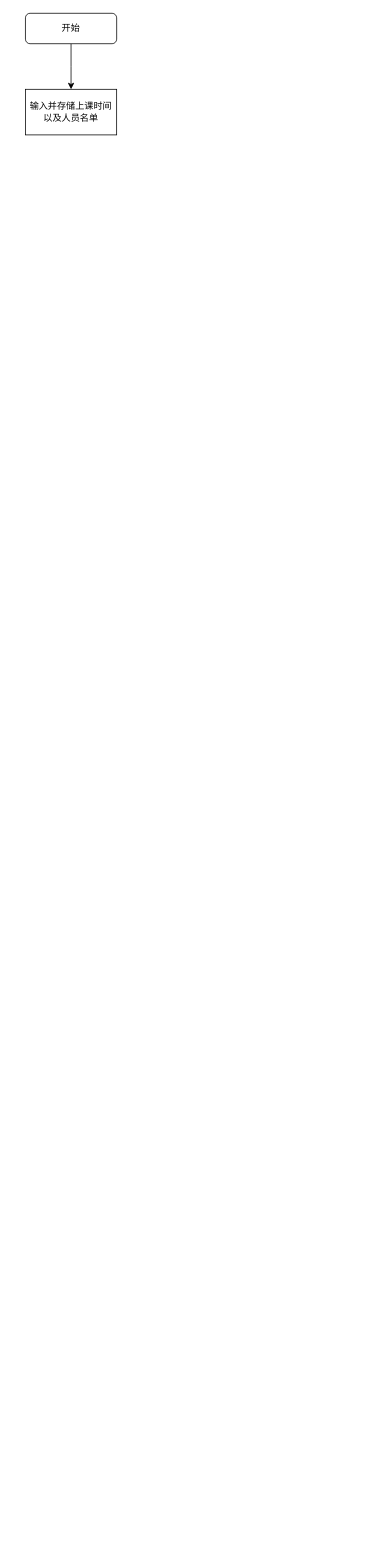
The draw.io diagram ttcat.drawio in whitesweater/first_, before the edit. Source tidied: cells renumbered, new cells numbered last; positions are measured from the earlier drawing's top-left corner, leaving out a move shared by most shapes. Both pictures are drawn from the tidied source at 76%, with x=0, y=0 at pixel (25, 13).
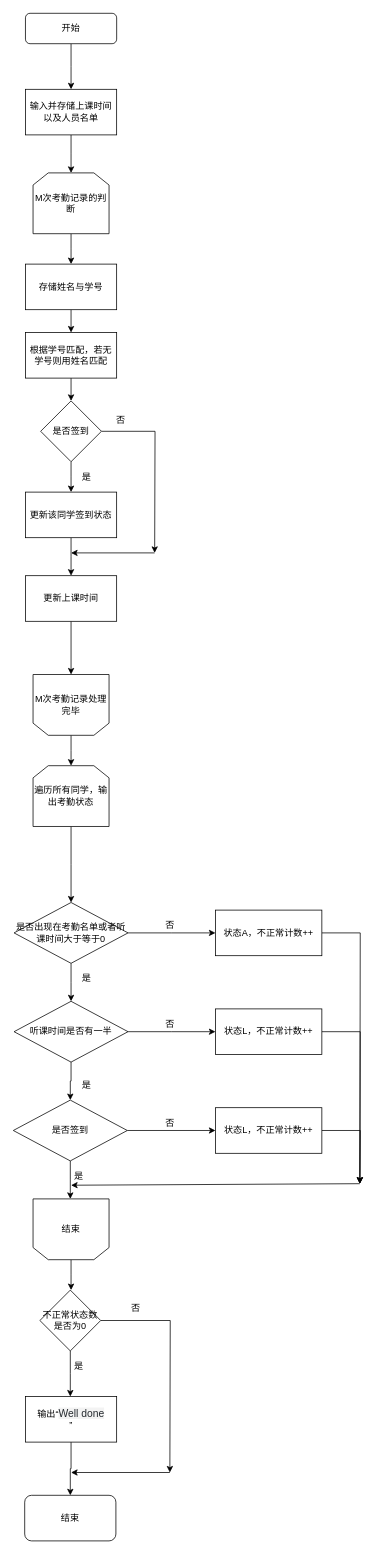
The same diagram, later.

The change refers to these unchanged cells:
```xml
<mxCell id="4" value="输入并存储上课时间以及人员名单" style="whiteSpace=wrap;html=1;" parent="1" vertex="1">
  <mxGeometry y="100" width="120" height="60" as="geometry" />
</mxCell>
```

What changed in the source:
```diff
@@
+    <mxCell id="5" style="edgeStyle=orthogonalEdgeStyle;rounded=0;jettySize=auto;html=1;exitX=0.5;exitY=1;exitDx=0;exitDy=0;" parent="1" edge="1" source="4">
+      <mxGeometry relative="1" as="geometry">
+        <mxPoint x="60" y="210" as="targetPoint" />
+      </mxGeometry>
+    </mxCell>
@@
+    <mxCell id="6" style="edgeStyle=orthogonalEdgeStyle;rounded=0;jettySize=auto;html=1;exitX=0.5;exitY=1;exitDx=0;exitDy=0;" parent="1" edge="1" source="7">
+      <mxGeometry relative="1" as="geometry">
+        <mxPoint x="60" y="330" as="targetPoint" />
+      </mxGeometry>
+    </mxCell>
+    <mxCell id="7" value="M次考勤记录的判断" style="shape=loopLimit;whiteSpace=wrap;html=1;" parent="1" vertex="1">
+      <mxGeometry x="10" y="210" width="100" height="80" as="geometry" />
+    </mxCell>
+    <mxCell id="8" style="edgeStyle=orthogonalEdgeStyle;rounded=0;jettySize=auto;html=1;exitX=0.5;exitY=0;exitDx=0;exitDy=0;" parent="1" edge="1" source="9">
+      <mxGeometry relative="1" as="geometry">
+        <mxPoint x="60" y="990" as="targetPoint" />
+      </mxGeometry>
+    </mxCell>
+    <mxCell id="9" value="M次考勤记录处理完毕" style="shape=loopLimit;whiteSpace=wrap;html=1;direction=west;" parent="1" vertex="1">
+      <mxGeometry x="10" y="870" width="100" height="80" as="geometry" />
+    </mxCell>
+    <mxCell id="10" style="edgeStyle=orthogonalEdgeStyle;rounded=0;jettySize=auto;html=1;exitX=0.5;exitY=1;exitDx=0;exitDy=0;entryX=0.5;entryY=0;entryDx=0;entryDy=0;" parent="1" edge="1" source="11" target="13">
+      <mxGeometry relative="1" as="geometry" />
+    </mxCell>
+    <mxCell id="11" value="存储姓名与学号" style="whiteSpace=wrap;html=1;" parent="1" vertex="1">
+      <mxGeometry y="330" width="120" height="60" as="geometry" />
+    </mxCell>
+    <mxCell id="12" style="edgeStyle=orthogonalEdgeStyle;rounded=0;jettySize=auto;html=1;exitX=0.5;exitY=1;exitDx=0;exitDy=0;" parent="1" edge="1" source="13">
+      <mxGeometry relative="1" as="geometry">
+        <mxPoint x="60" y="510" as="targetPoint" />
+      </mxGeometry>
+    </mxCell>
+    <mxCell id="13" value="根据学号匹配，若无学号则用姓名匹配" style="whiteSpace=wrap;html=1;" parent="1" vertex="1">
+      <mxGeometry y="420" width="120" height="60" as="geometry" />
+    </mxCell>
+    <mxCell id="14" style="edgeStyle=orthogonalEdgeStyle;rounded=0;jettySize=auto;html=1;exitX=0.5;exitY=1;exitDx=0;exitDy=0;" parent="1" edge="1" source="16">
+      <mxGeometry relative="1" as="geometry">
+        <mxPoint x="60" y="630" as="targetPoint" />
+      </mxGeometry>
+    </mxCell>
+    <mxCell id="15" style="edgeStyle=orthogonalEdgeStyle;rounded=0;jettySize=auto;html=1;" parent="1" edge="1" source="16">
+      <mxGeometry relative="1" as="geometry">
+        <mxPoint x="170" y="710" as="targetPoint" />
+      </mxGeometry>
+    </mxCell>
+    <mxCell id="16" value="是否签到" style="rhombus;whiteSpace=wrap;html=1;" parent="1" vertex="1">
+      <mxGeometry x="20" y="510" width="80" height="80" as="geometry" />
+    </mxCell>
+    <mxCell id="17" style="edgeStyle=orthogonalEdgeStyle;rounded=0;jettySize=auto;html=1;exitX=0.5;exitY=1;exitDx=0;exitDy=0;" parent="1" edge="1" source="18">
+      <mxGeometry relative="1" as="geometry">
+        <mxPoint x="60" y="740" as="targetPoint" />
+      </mxGeometry>
+    </mxCell>
+    <mxCell id="18" value="更新该同学签到状态" style="whiteSpace=wrap;html=1;" parent="1" vertex="1">
+      <mxGeometry y="630" width="120" height="60" as="geometry" />
+    </mxCell>
+    <mxCell id="19" style="edgeStyle=orthogonalEdgeStyle;rounded=0;jettySize=auto;html=1;exitX=0.5;exitY=1;exitDx=0;exitDy=0;entryX=0.5;entryY=1;entryDx=0;entryDy=0;" parent="1" edge="1" source="20" target="9">
+      <mxGeometry relative="1" as="geometry" />
+    </mxCell>
+    <mxCell id="20" value="更新上课时间" style="whiteSpace=wrap;html=1;" parent="1" vertex="1">
+      <mxGeometry y="740" width="120" height="60" as="geometry" />
+    </mxCell>
+    <mxCell id="21" style="endArrow=classic;html=1;rounded=0;" parent="1" edge="1">
+      <mxGeometry relative="1" as="geometry">
+        <mxPoint x="170" y="710" as="sourcePoint" />
+        <mxPoint x="60" y="710" as="targetPoint" />
+      </mxGeometry>
+    </mxCell>
+    <mxCell id="22" value="是" style="text;html=1;align=center;verticalAlign=middle;strokeColor=none;fillColor=none;" parent="1" vertex="1">
+      <mxGeometry x="65" y="600" width="30" height="20" as="geometry" />
+    </mxCell>
+    <mxCell id="23" value="否" style="text;html=1;align=center;verticalAlign=middle;strokeColor=none;fillColor=none;" parent="1" vertex="1">
+      <mxGeometry x="110" y="525" width="30" height="20" as="geometry" />
+    </mxCell>
+    <mxCell id="24" style="edgeStyle=orthogonalEdgeStyle;rounded=0;jettySize=auto;html=1;exitX=0.5;exitY=1;exitDx=0;exitDy=0;" parent="1" edge="1" source="25">
+      <mxGeometry relative="1" as="geometry">
+        <mxPoint x="60" y="1170" as="targetPoint" />
+      </mxGeometry>
+    </mxCell>
+    <mxCell id="25" value="遍历所有同学，输出考勤状态" style="shape=loopLimit;whiteSpace=wrap;html=1;" parent="1" vertex="1">
+      <mxGeometry x="10" y="990" width="100" height="80" as="geometry" />
+    </mxCell>
+    <mxCell id="26" style="edgeStyle=orthogonalEdgeStyle;rounded=0;jettySize=auto;html=1;exitX=0.5;exitY=1;exitDx=0;exitDy=0;" parent="1" edge="1" source="28">
+      <mxGeometry relative="1" as="geometry">
+        <mxPoint x="60" y="1300" as="targetPoint" />
+      </mxGeometry>
+    </mxCell>
+    <mxCell id="27" style="edgeStyle=orthogonalEdgeStyle;rounded=0;jettySize=auto;html=1;exitX=1;exitY=0.5;exitDx=0;exitDy=0;" parent="1" edge="1" source="28">
+      <mxGeometry relative="1" as="geometry">
+        <mxPoint x="250" y="1210" as="targetPoint" />
+      </mxGeometry>
+    </mxCell>
+    <mxCell id="28" value="是否出现在考勤名单或者听课时间大于等于0" style="rhombus;whiteSpace=wrap;html=1;" parent="1" vertex="1">
+      <mxGeometry x="-15" y="1170" width="150" height="80" as="geometry" />
+    </mxCell>
+    <mxCell id="29" value="是" style="text;html=1;align=center;verticalAlign=middle;strokeColor=none;fillColor=none;" parent="1" vertex="1">
+      <mxGeometry x="65" y="1260" width="30" height="20" as="geometry" />
+    </mxCell>
+    <mxCell id="30" style="edgeStyle=orthogonalEdgeStyle;rounded=0;jettySize=auto;html=1;exitX=0.5;exitY=1;exitDx=0;exitDy=0;entryX=0.5;entryY=0;entryDx=0;entryDy=0;" parent="1" edge="1" source="32" target="35">
+      <mxGeometry relative="1" as="geometry" />
+    </mxCell>
+    <mxCell id="31" style="edgeStyle=orthogonalEdgeStyle;rounded=0;jettySize=auto;html=1;exitX=1;exitY=0.5;exitDx=0;exitDy=0;" parent="1" edge="1" source="32">
+      <mxGeometry relative="1" as="geometry">
+        <mxPoint x="250" y="1340" as="targetPoint" />
+      </mxGeometry>
+    </mxCell>
+    <mxCell id="32" value="听课时间是否有一半" style="rhombus;whiteSpace=wrap;html=1;" parent="1" vertex="1">
+      <mxGeometry x="-15" y="1300" width="150" height="80" as="geometry" />
+    </mxCell>
+    <mxCell id="33" style="edgeStyle=orthogonalEdgeStyle;rounded=0;jettySize=auto;html=1;exitX=0.5;exitY=1;exitDx=0;exitDy=0;" parent="1" edge="1" source="35">
+      <mxGeometry relative="1" as="geometry">
+        <mxPoint x="59" y="1560" as="targetPoint" />
+      </mxGeometry>
+    </mxCell>
+    <mxCell id="34" style="edgeStyle=orthogonalEdgeStyle;rounded=0;jettySize=auto;html=1;exitX=1;exitY=0.5;exitDx=0;exitDy=0;entryX=0;entryY=0.5;entryDx=0;entryDy=0;" parent="1" edge="1" source="35" target="45">
+      <mxGeometry relative="1" as="geometry" />
+    </mxCell>
+    <mxCell id="35" value="是否签到" style="rhombus;whiteSpace=wrap;html=1;" parent="1" vertex="1">
+      <mxGeometry x="-16" y="1430" width="150" height="80" as="geometry" />
+    </mxCell>
+    <mxCell id="36" value="是" style="text;html=1;align=center;verticalAlign=middle;strokeColor=none;fillColor=none;" parent="1" vertex="1">
+      <mxGeometry x="65" y="1400" width="30" height="20" as="geometry" />
+    </mxCell>
+    <mxCell id="37" value="是" style="text;html=1;align=center;verticalAlign=middle;points=[];strokeColor=none;fillColor=none;" parent="1" vertex="1">
+      <mxGeometry x="55" y="1520" width="30" height="20" as="geometry" />
+    </mxCell>
+    <mxCell id="38" style="edgeStyle=orthogonalEdgeStyle;rounded=0;jettySize=auto;html=1;exitX=0.5;exitY=0;exitDx=0;exitDy=0;" parent="1" edge="1" source="39">
+      <mxGeometry relative="1" as="geometry">
+        <mxPoint x="60" y="1680" as="targetPoint" />
+      </mxGeometry>
+    </mxCell>
+    <mxCell id="39" value="结束" style="shape=loopLimit;whiteSpace=wrap;html=1;direction=west;" parent="1" vertex="1">
+      <mxGeometry x="10" y="1560" width="100" height="80" as="geometry" />
+    </mxCell>
+    <mxCell id="40" style="edgeStyle=orthogonalEdgeStyle;rounded=0;jettySize=auto;html=1;exitX=1;exitY=0.5;exitDx=0;exitDy=0;" parent="1" edge="1" source="41">
+      <mxGeometry relative="1" as="geometry">
+        <mxPoint x="440" y="1540" as="targetPoint" />
+      </mxGeometry>
+    </mxCell>
+    <mxCell id="41" value="状态A，不正常计数++" style="whiteSpace=wrap;html=1;" parent="1" vertex="1">
+      <mxGeometry x="250" y="1180" width="140" height="60" as="geometry" />
+    </mxCell>
+    <mxCell id="42" style="edgeStyle=orthogonalEdgeStyle;rounded=0;jettySize=auto;html=1;" parent="1" edge="1" source="43">
+      <mxGeometry relative="1" as="geometry">
+        <mxPoint x="440" y="1540" as="targetPoint" />
+      </mxGeometry>
+    </mxCell>
+    <mxCell id="43" value="状态L，不正常计数++" style="whiteSpace=wrap;html=1;" parent="1" vertex="1">
+      <mxGeometry x="250" y="1310" width="140" height="60" as="geometry" />
+    </mxCell>
+    <mxCell id="44" style="edgeStyle=orthogonalEdgeStyle;rounded=0;jettySize=auto;html=1;" parent="1" edge="1" source="45">
+      <mxGeometry relative="1" as="geometry">
+        <mxPoint x="440" y="1540" as="targetPoint" />
+      </mxGeometry>
+    </mxCell>
+    <mxCell id="45" value="状态L，不正常计数++" style="whiteSpace=wrap;html=1;" parent="1" vertex="1">
+      <mxGeometry x="250" y="1440" width="140" height="60" as="geometry" />
+    </mxCell>
+    <mxCell id="46" style="endArrow=classic;html=1;rounded=0;entryX=0.167;entryY=1.1;entryDx=0;entryDy=0;entryPerimeter=0;" parent="1" edge="1" target="37">
+      <mxGeometry relative="1" as="geometry">
+        <mxPoint x="440" y="1540" as="sourcePoint" />
+      </mxGeometry>
+    </mxCell>
+    <mxCell id="47" value="否" style="text;html=1;align=center;verticalAlign=middle;strokeColor=none;fillColor=none;" parent="1" vertex="1">
+      <mxGeometry x="175" y="1190" width="30" height="20" as="geometry" />
+    </mxCell>
+    <mxCell id="48" value="否" style="text;html=1;align=center;verticalAlign=middle;strokeColor=none;fillColor=none;" parent="1" vertex="1">
+      <mxGeometry x="175" y="1320" width="30" height="20" as="geometry" />
+    </mxCell>
+    <mxCell id="49" value="否" style="text;html=1;align=center;verticalAlign=middle;strokeColor=none;fillColor=none;" parent="1" vertex="1">
+      <mxGeometry x="175" y="1450" width="30" height="20" as="geometry" />
+    </mxCell>
+    <mxCell id="50" style="edgeStyle=orthogonalEdgeStyle;rounded=0;jettySize=auto;html=1;exitX=0.5;exitY=1;exitDx=0;exitDy=0;" parent="1" edge="1" source="52">
+      <mxGeometry relative="1" as="geometry">
+        <mxPoint x="59" y="1820" as="targetPoint" />
+      </mxGeometry>
+    </mxCell>
+    <mxCell id="51" style="edgeStyle=orthogonalEdgeStyle;rounded=0;jettySize=auto;html=1;exitX=1;exitY=0.5;exitDx=0;exitDy=0;" parent="1" edge="1" source="52">
+      <mxGeometry relative="1" as="geometry">
+        <mxPoint x="190" y="1920" as="targetPoint" />
+      </mxGeometry>
+    </mxCell>
+    <mxCell id="52" value="不正常状态数是否为0" style="rhombus;whiteSpace=wrap;html=1;" parent="1" vertex="1">
+      <mxGeometry x="19" y="1680" width="80" height="80" as="geometry" />
+    </mxCell>
+    <mxCell id="53" style="edgeStyle=orthogonalEdgeStyle;rounded=0;jettySize=auto;html=1;exitX=0.5;exitY=1;exitDx=0;exitDy=0;entryX=0.5;entryY=0;entryDx=0;entryDy=0;" parent="1" edge="1" source="54" target="55">
+      <mxGeometry relative="1" as="geometry" />
+    </mxCell>
+    <mxCell id="54" value="输出“&lt;span style=&quot;color: rgb(36 , 41 , 46) ; font-family: , &amp;#34;consolas&amp;#34; , &amp;#34;liberation mono&amp;#34; , &amp;#34;menlo&amp;#34; , &amp;#34;courier&amp;#34; , monospace ; font-size: 13.6px ; text-align: left ; background-color: rgba(27 , 31 , 35 , 0.05)&quot;&gt;Well done&lt;/span&gt;&lt;br&gt;”" style="whiteSpace=wrap;html=1;" parent="1" vertex="1">
+      <mxGeometry y="1820" width="120" height="60" as="geometry" />
+    </mxCell>
+    <mxCell id="55" value="结束" style="rounded=1;whiteSpace=wrap;html=1;" parent="1" vertex="1">
+      <mxGeometry x="-1" y="1950" width="120" height="60" as="geometry" />
+    </mxCell>
+    <mxCell id="56" style="endArrow=classic;html=1;rounded=0;" parent="1" edge="1">
+      <mxGeometry relative="1" as="geometry">
+        <mxPoint x="190" y="1920" as="sourcePoint" />
+        <mxPoint x="60" y="1920" as="targetPoint" />
+      </mxGeometry>
+    </mxCell>
+    <mxCell id="57" value="是" style="text;html=1;align=center;verticalAlign=middle;strokeColor=none;fillColor=none;" parent="1" vertex="1">
+      <mxGeometry x="55" y="1770" width="30" height="20" as="geometry" />
+    </mxCell>
+    <mxCell id="58" value="否" style="text;html=1;align=center;verticalAlign=middle;strokeColor=none;fillColor=none;" parent="1" vertex="1">
+      <mxGeometry x="130" y="1694" width="30" height="20" as="geometry" />
+    </mxCell>
```
